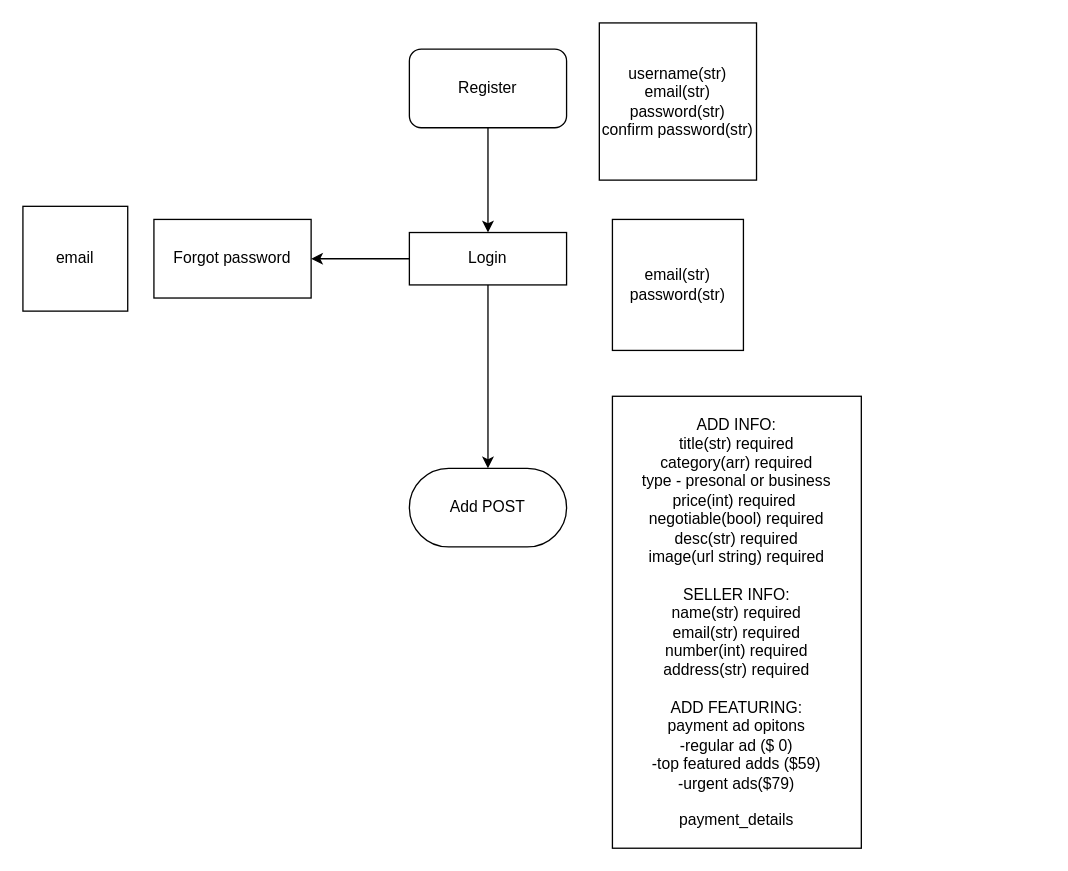
chetryJyoti/classimax-react keeps this draw.io diagram as backend.drawio. Above is the earlier version. Source tidied: cells renumbered, new cells numbered last; positions are measured from the earlier drawing's top-left corner, leaving out a move shared by most shapes. Both pictures are drawn from the tidied source at 131%, with x=0, y=0 at pixel (22, 22).
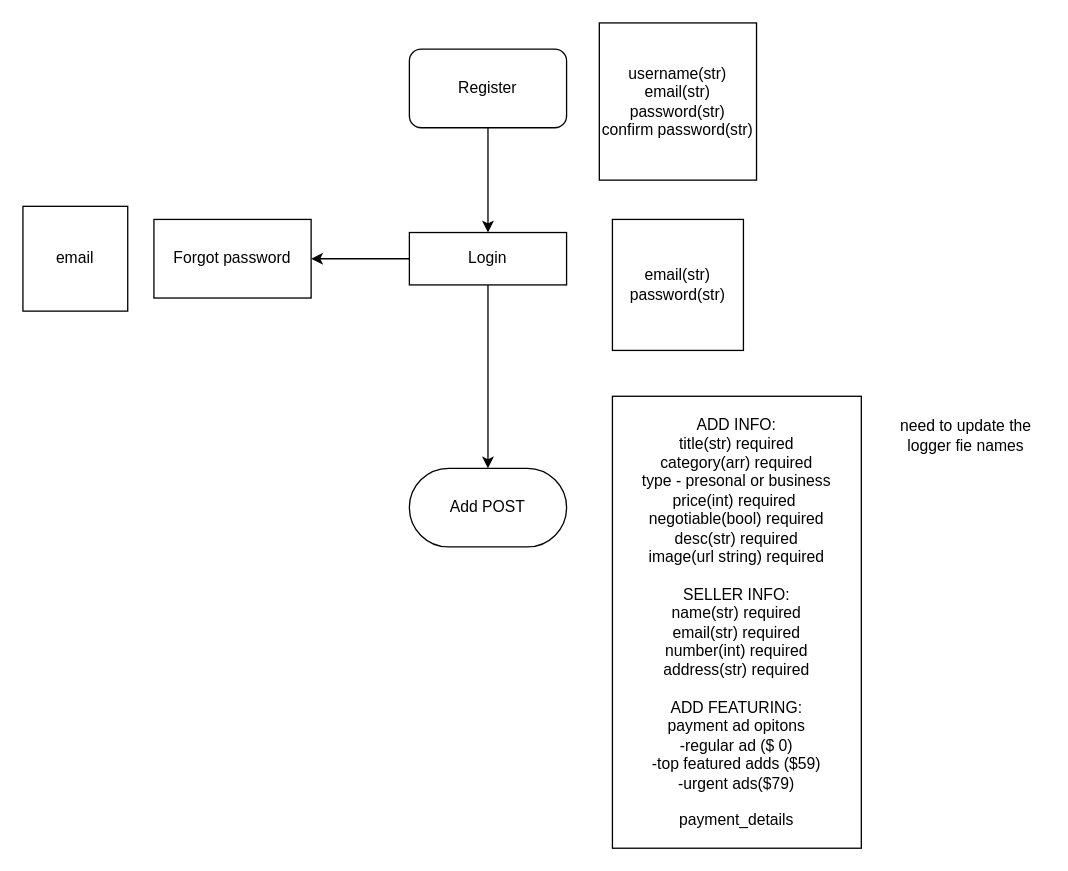
The same diagram, later.

Change to the diagram source:
```diff
@@
 <mxGraphModel>
   <root>
     <mxCell id="0" />
     <mxCell id="1" parent="0" />
     <mxCell id="2" style="edgeStyle=orthogonalEdgeStyle;rounded=0;jettySize=auto;html=1;entryX=0.5;entryY=0;entryDx=0;entryDy=0;" parent="1" edge="1" source="3" target="6">
       <mxGeometry relative="1" as="geometry" />
     </mxCell>
     <mxCell id="3" value="Register" style="rounded=1;whiteSpace=wrap;html=1;" parent="1" vertex="1">
       <mxGeometry x="295" y="20" width="120" height="60" as="geometry" />
     </mxCell>
     <mxCell id="4" style="edgeStyle=orthogonalEdgeStyle;rounded=0;jettySize=auto;html=1;entryX=0.5;entryY=0;entryDx=0;entryDy=0;" parent="1" edge="1" source="6" target="7">
       <mxGeometry relative="1" as="geometry" />
     </mxCell>
     <mxCell id="5" style="edgeStyle=orthogonalEdgeStyle;rounded=0;jettySize=auto;html=1;" parent="1" edge="1" source="6" target="11">
       <mxGeometry relative="1" as="geometry" />
     </mxCell>
     <mxCell id="6" value="Login" style="rounded=0;whiteSpace=wrap;html=1;" parent="1" vertex="1">
       <mxGeometry x="295" y="160" width="120" height="40" as="geometry" />
     </mxCell>
     <mxCell id="7" value="Add POST" style="rounded=1;whiteSpace=wrap;html=1;arcSize=50;" parent="1" vertex="1">
       <mxGeometry x="295" y="340" width="120" height="60" as="geometry" />
     </mxCell>
     <mxCell id="8" value="username(str)&lt;br&gt;email(str)&lt;br&gt;password(str)&lt;br&gt;confirm password(str)" style="whiteSpace=wrap;html=1;" parent="1" vertex="1">
       <mxGeometry x="440" width="120" height="120" as="geometry" />
     </mxCell>
     <mxCell id="9" value="email(str)&lt;br&gt;password(str)" style="whiteSpace=wrap;html=1;" parent="1" vertex="1">
       <mxGeometry x="450" y="150" width="100" height="100" as="geometry" />
     </mxCell>
     <mxCell id="10" value="ADD INFO:&lt;br&gt;title(str) required&lt;br&gt;category(arr) required&lt;br&gt;type - presonal or business&lt;br&gt;price(int) required&amp;nbsp;&lt;br&gt;negotiable(bool) required&lt;br&gt;desc(str) required&lt;br&gt;image(url string) required&lt;br&gt;&lt;br&gt;SELLER INFO:&lt;br&gt;name(str) required&lt;br&gt;email(str) required&lt;br&gt;number(int) required&lt;br&gt;address(str) required&lt;br&gt;&lt;br&gt;ADD FEATURING:&lt;br&gt;payment ad opitons&lt;br&gt;-regular ad ($ 0)&lt;br&gt;-top featured adds ($59)&lt;br&gt;-urgent ads($79)&lt;br&gt;&lt;br&gt;payment_details" style="rounded=0;whiteSpace=wrap;html=1;" parent="1" vertex="1">
       <mxGeometry x="450" y="285" width="190" height="345" as="geometry" />
     </mxCell>
     <mxCell id="11" value="Forgot password" style="rounded=0;whiteSpace=wrap;html=1;" parent="1" vertex="1">
       <mxGeometry x="100" y="150" width="120" height="60" as="geometry" />
     </mxCell>
     <mxCell id="12" value="email" style="whiteSpace=wrap;html=1;" parent="1" vertex="1">
       <mxGeometry y="140" width="80" height="80" as="geometry" />
     </mxCell>
+    <mxCell id="13" value="need to update the logger fie names" style="text;html=1;strokeColor=none;fillColor=none;align=center;verticalAlign=middle;whiteSpace=wrap;rounded=0;" parent="1" vertex="1">
+      <mxGeometry x="660" y="300" width="120" height="30" as="geometry" />
+    </mxCell>
   </root>
 </mxGraphModel>
```
